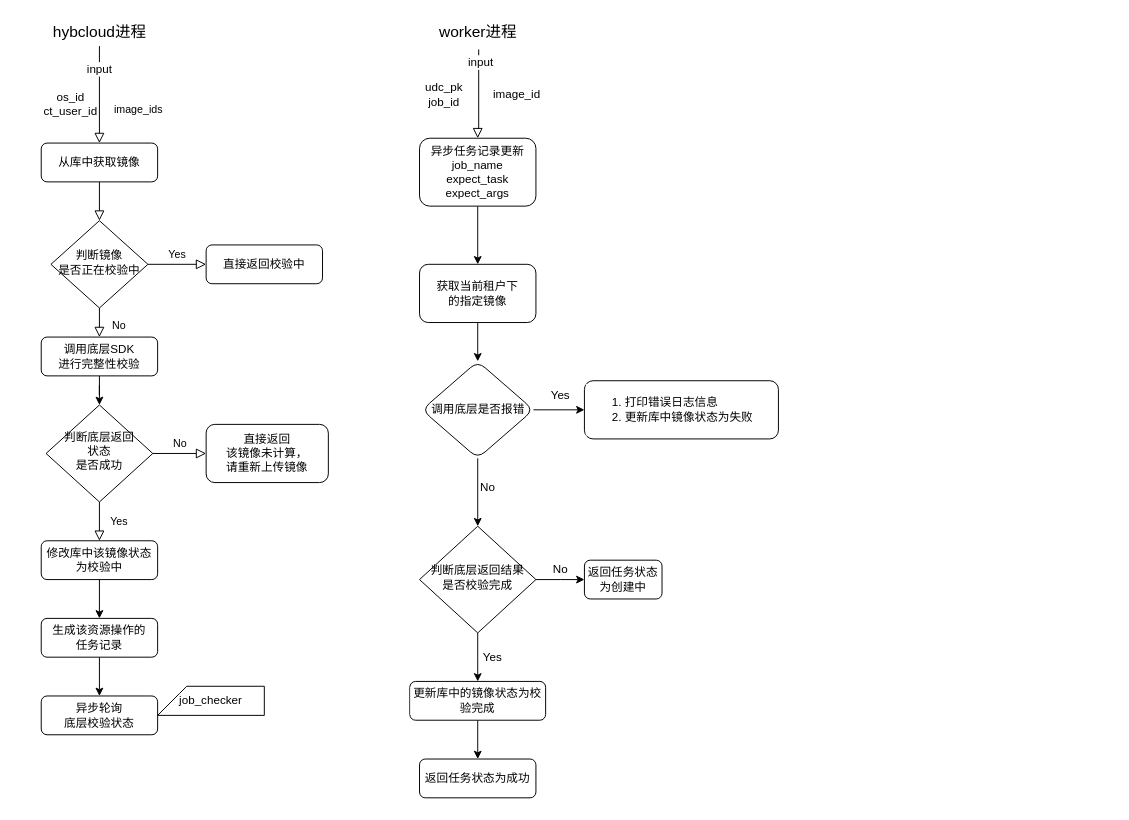
Above: mp镜像完整性校验逻辑.drawio in huiiiuh/drawio (draw.io), before the change. Source tidied: cells renumbered, new cells numbered last; positions are measured from the earlier drawing's top-left corner, leaving out a move shared by most shapes. Both pictures are drawn from the tidied source at 97%, with x=0, y=0 at pixel (31, 16).
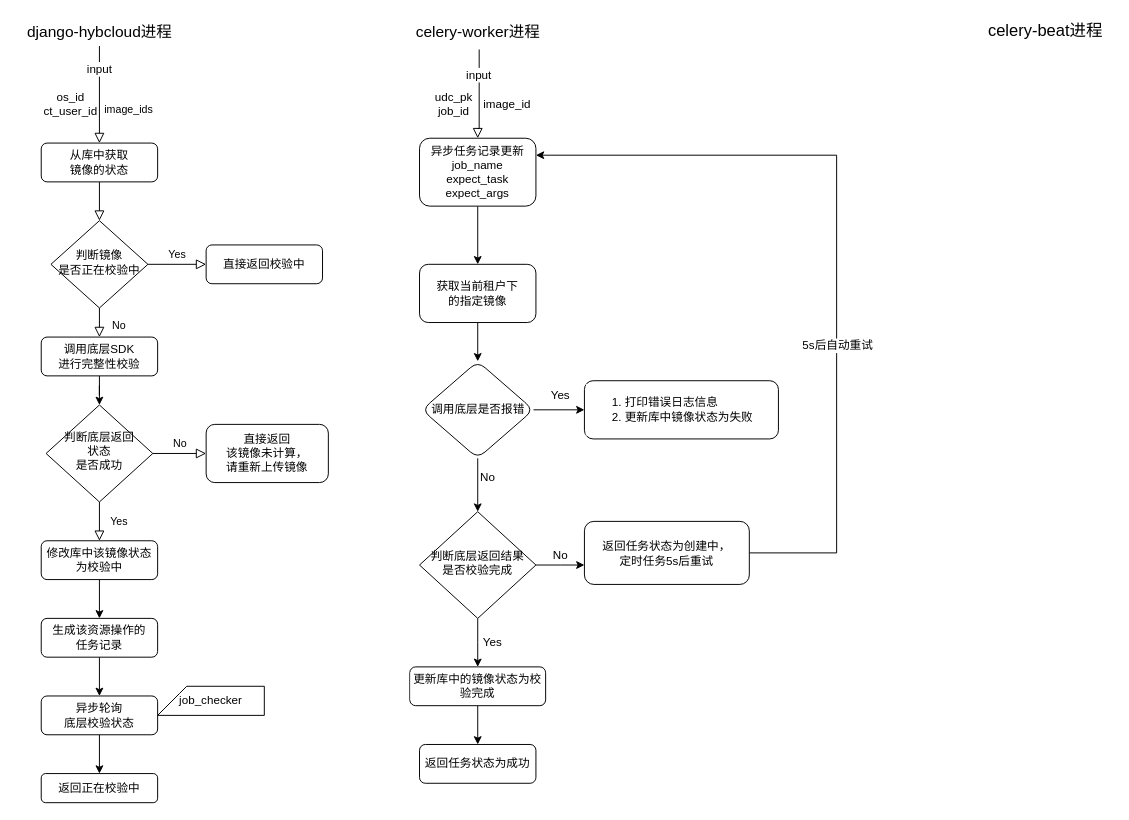
After the change.

Commit message:
完善mp的逻辑

Unchanged cells that the change refers to:
```xml
<mxCell id="22" value="异步轮询&lt;br&gt;底层校验状态" style="whiteSpace=wrap;html=1;rounded=1;glass=0;strokeWidth=1;shadow=0;" parent="1" vertex="1">
  <mxGeometry x="10" y="700" width="120" height="40" as="geometry" />
</mxCell>
<mxCell id="27" value="异步任务记录更新&lt;br&gt;job_name&lt;br&gt;expect_task&lt;br&gt;expect_args" style="rounded=1;whiteSpace=wrap;html=1;labelBackgroundColor=#FFFFFF;fontFamily=Helvetica;fontSize=12;fontColor=#000000;" parent="1" vertex="1">
  <mxGeometry x="400" y="125" width="120" height="70" as="geometry" />
</mxCell>
<mxCell id="28" style="rounded=0;html=1;jettySize=auto;fontSize=11;endArrow=block;endFill=0;endSize=8;strokeWidth=1;shadow=0;labelBackgroundColor=none;edgeStyle=orthogonalEdgeStyle;entryX=0.5;entryY=0;entryDx=0;entryDy=0;exitX=0.51;exitY=1.117;exitDx=0;exitDy=0;exitPerimeter=0;" parent="1" edge="1" source="25" target="27">
  <mxGeometry relative="1" as="geometry">
    <Array as="points">
      <mxPoint x="461" y="115" />
      <mxPoint x="460" y="115" />
    </Array>
  </mxGeometry>
</mxCell>
```

Change to the diagram source:
```diff
@@
-    <mxCell id="3" value="从库中获取镜像" style="rounded=1;whiteSpace=wrap;html=1;fontSize=12;glass=0;strokeWidth=1;shadow=0;" parent="1" vertex="1">
+    <mxCell id="3" value="从库中获取&lt;br&gt;镜像的状态" style="rounded=1;whiteSpace=wrap;html=1;fontSize=12;glass=0;strokeWidth=1;shadow=0;" parent="1" vertex="1">
       <mxGeometry x="10" y="130" width="120" height="40" as="geometry" />
     </mxCell>
@@
     <mxCell id="17" value="&lt;div style=&quot;font-size: 11px;&quot;&gt;&lt;span style=&quot;background-color: rgb(255, 255, 255);&quot;&gt;image_ids&lt;/span&gt;&lt;/div&gt;" style="text;html=1;align=center;verticalAlign=middle;strokeColor=none;fillColor=none;fontFamily=Helvetica;" parent="1" vertex="1">
-      <mxGeometry x="70" y="80" width="80" height="30" as="geometry" />
+      <mxGeometry x="60" y="80" width="80" height="30" as="geometry" />
     </mxCell>
@@
+    <mxCell id="49" style="edgeStyle=orthogonalEdgeStyle;rounded=0;jettySize=auto;html=1;fontFamily=Helvetica;fontSize=12;fontColor=#000000;" parent="1" edge="1" source="22" target="52">
+      <mxGeometry relative="1" as="geometry" />
+    </mxCell>
@@
-    <mxCell id="24" value="hybcloud进程" style="text;html=1;align=center;verticalAlign=middle;points=[];strokeColor=none;fillColor=none;fontSize=16;fontFamily=Helvetica;fontColor=#000000;" parent="1" vertex="1">
-      <mxGeometry x="10" width="120" height="30" as="geometry" />
+    <mxCell id="24" value="django-hybcloud进程" style="text;html=1;align=center;verticalAlign=middle;points=[];strokeColor=none;fillColor=none;fontSize=16;fontFamily=Helvetica;fontColor=#000000;" parent="1" vertex="1">
+      <mxGeometry x="-15" width="170" height="30" as="geometry" />
     </mxCell>
-    <mxCell id="25" value="worker进程" style="text;html=1;align=center;verticalAlign=middle;points=[];strokeColor=none;fillColor=none;fontSize=16;fontFamily=Helvetica;fontColor=#000000;" parent="1" vertex="1">
-      <mxGeometry x="410" width="100" height="30" as="geometry" />
+    <mxCell id="25" value="celery-worker进程" style="text;html=1;align=center;verticalAlign=middle;points=[];strokeColor=none;fillColor=none;fontSize=16;fontFamily=Helvetica;fontColor=#000000;" parent="1" vertex="1">
+      <mxGeometry x="385" width="150" height="30" as="geometry" />
     </mxCell>
@@
     <mxCell id="29" value="input" style="edgeLabel;html=1;align=center;verticalAlign=middle;fontSize=12;fontFamily=Helvetica;fontColor=#000000;" parent="28" vertex="1">
-      <mxGeometry x="-0.72" y="1" relative="1" as="geometry" />
+      <mxGeometry x="-0.72" y="1" relative="1" as="geometry">
+        <mxPoint x="-2" y="13" as="offset" />
+      </mxGeometry>
     </mxCell>
     <mxCell id="30" value="udc_pk&lt;br&gt;job_id" style="text;html=1;align=center;verticalAlign=middle;strokeColor=none;fillColor=none;fontSize=12;fontFamily=Helvetica;fontColor=#000000;" parent="1" vertex="1">
-      <mxGeometry x="395" y="60" width="60" height="40" as="geometry" />
+      <mxGeometry x="405" y="70" width="60" height="40" as="geometry" />
     </mxCell>
     <mxCell id="31" value="image_id" style="text;html=1;align=center;verticalAlign=middle;strokeColor=none;fillColor=none;fontSize=12;fontFamily=Helvetica;fontColor=#000000;" parent="1" vertex="1">
-      <mxGeometry x="465" y="65" width="70" height="30" as="geometry" />
+      <mxGeometry x="455" y="75" width="70" height="30" as="geometry" />
     </mxCell>
@@
     <mxCell id="34" style="edgeStyle=orthogonalEdgeStyle;rounded=0;jettySize=auto;html=1;exitX=1;exitY=0.5;exitDx=0;exitDy=0;fontFamily=Helvetica;fontSize=12;fontColor=#000000;" parent="1" edge="1" source="36">
       <mxGeometry relative="1" as="geometry">
-        <mxPoint x="570" y="580" as="targetPoint" />
+        <mxPoint x="570" y="565" as="targetPoint" />
       </mxGeometry>
     </mxCell>
     <mxCell id="35" style="edgeStyle=orthogonalEdgeStyle;rounded=0;jettySize=auto;html=1;fontFamily=Helvetica;fontSize=12;fontColor=#000000;" parent="1" edge="1" source="36">
       <mxGeometry relative="1" as="geometry">
-        <mxPoint x="460" y="685" as="targetPoint" />
+        <mxPoint x="460" y="670" as="targetPoint" />
       </mxGeometry>
     </mxCell>
     <mxCell id="36" value="判断底层返回结果&lt;br&gt;是否校验完成" style="rhombus;whiteSpace=wrap;html=1;shadow=0;fontFamily=Helvetica;fontSize=12;align=center;strokeWidth=1;spacing=6;spacingTop=-4;" parent="1" vertex="1">
-      <mxGeometry x="400" y="525" width="120" height="110" as="geometry" />
+      <mxGeometry x="400" y="510" width="120" height="110" as="geometry" />
     </mxCell>
+    <mxCell id="50" style="edgeStyle=orthogonalEdgeStyle;rounded=0;jettySize=auto;html=1;entryX=1;entryY=0.25;entryDx=0;entryDy=0;fontFamily=Helvetica;fontSize=12;fontColor=#000000;" parent="1" edge="1" source="37" target="27">
+      <mxGeometry relative="1" as="geometry">
+        <Array as="points">
+          <mxPoint x="830" y="553" />
+          <mxPoint x="830" y="143" />
+        </Array>
+      </mxGeometry>
+    </mxCell>
+    <mxCell id="51" value="5s后自动重试" style="edgeLabel;html=1;align=center;verticalAlign=middle;fontSize=12;fontFamily=Helvetica;fontColor=#000000;" parent="50" vertex="1">
+      <mxGeometry x="-0.25" relative="1" as="geometry" />
+    </mxCell>
-    <mxCell id="37" value="返回任务状态&lt;br&gt;为创建中" style="rounded=1;whiteSpace=wrap;html=1;labelBackgroundColor=#FFFFFF;fontFamily=Helvetica;fontSize=12;fontColor=#000000;" parent="1" vertex="1">
-      <mxGeometry x="570" y="560" width="80" height="40" as="geometry" />
+    <mxCell id="37" value="返回任务状态为创建中，&lt;br&gt;定时任务5s后重试" style="rounded=1;whiteSpace=wrap;html=1;labelBackgroundColor=#FFFFFF;fontFamily=Helvetica;fontSize=12;fontColor=#000000;" parent="1" vertex="1">
+      <mxGeometry x="570" y="520" width="170" height="65" as="geometry" />
     </mxCell>
     <mxCell id="38" value="No" style="text;html=1;align=center;verticalAlign=middle;strokeColor=none;fillColor=none;fontSize=12;fontFamily=Helvetica;fontColor=#000000;" parent="1" vertex="1">
-      <mxGeometry x="525" y="555" width="40" height="30" as="geometry" />
+      <mxGeometry x="525" y="540" width="40" height="30" as="geometry" />
     </mxCell>
     <mxCell id="39" value="Yes" style="text;html=1;align=center;verticalAlign=middle;strokeColor=none;fillColor=none;fontSize=12;fontFamily=Helvetica;fontColor=#000000;" parent="1" vertex="1">
-      <mxGeometry x="455" y="645" width="40" height="30" as="geometry" />
+      <mxGeometry x="455" y="630" width="40" height="30" as="geometry" />
     </mxCell>
@@
     <mxCell id="41" value="更新库中的镜像状态为校验完成" style="rounded=1;whiteSpace=wrap;html=1;labelBackgroundColor=#FFFFFF;fontFamily=Helvetica;fontSize=12;fontColor=#000000;align=center;" parent="1" vertex="1">
-      <mxGeometry x="390" y="685" width="140" height="40" as="geometry" />
+      <mxGeometry x="390" y="670" width="140" height="40" as="geometry" />
     </mxCell>
     <mxCell id="42" value="返回任务状态为成功" style="whiteSpace=wrap;html=1;fontColor=#000000;rounded=1;labelBackgroundColor=#FFFFFF;" parent="1" vertex="1">
-      <mxGeometry x="400" y="765" width="120" height="40" as="geometry" />
+      <mxGeometry x="400" y="750" width="120" height="40" as="geometry" />
     </mxCell>
@@
     <mxCell id="46" value="No" style="text;html=1;align=center;verticalAlign=middle;strokeColor=none;fillColor=none;fontSize=12;fontFamily=Helvetica;fontColor=#000000;" parent="1" vertex="1">
-      <mxGeometry x="450" y="470" width="40" height="30" as="geometry" />
+      <mxGeometry x="450" y="460" width="40" height="30" as="geometry" />
     </mxCell>
@@
+    <mxCell id="52" value="返回正在校验中" style="whiteSpace=wrap;html=1;rounded=1;glass=0;strokeWidth=1;shadow=0;" parent="1" vertex="1">
+      <mxGeometry x="10" y="780" width="120" height="30" as="geometry" />
+    </mxCell>
+    <mxCell id="53" value="celery-beat进程" style="text;html=1;align=center;verticalAlign=middle;strokeColor=none;fillColor=none;fontSize=17;fontFamily=Helvetica;fontColor=#000000;" parent="1" vertex="1">
+      <mxGeometry x="975" width="140" height="30" as="geometry" />
+    </mxCell>
```
